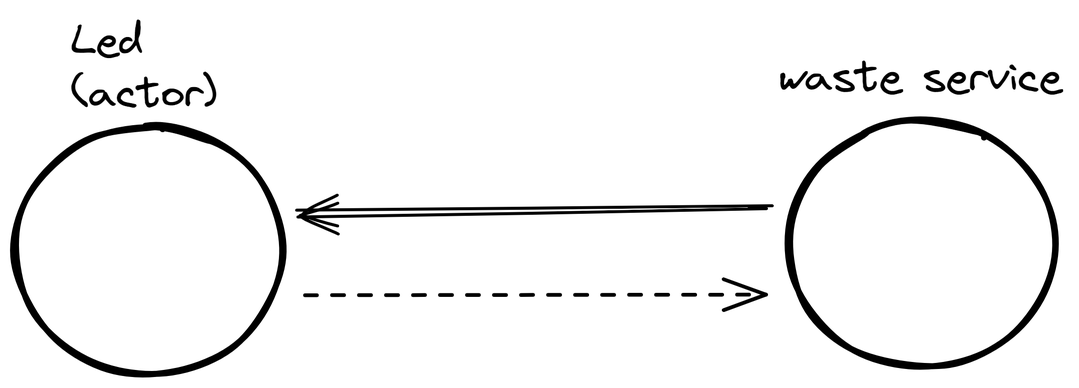
The Excalidraw diagram images/Led.png in GrikFreak/issTemaFinale22, before a commit. Source tidied: one line per element, renumbered; positions are measured from the earlier drawing's top-left corner, leaving out a move shared by most shapes. The source it was exported from:
```json
{"id": 0, "type": "ellipse", "strokeColor": "#000000", "strokeWidth": 4, "roughness": 1, "x": 0, "y": 74, "width": 178, "height": 164}
{"id": 1, "type": "ellipse", "strokeColor": "#000000", "strokeWidth": 4, "roughness": 1, "x": 516, "y": 70, "width": 178, "height": 164}
{"id": 2, "type": "text", "text": "Led\n(actor)", "strokeColor": "#000000", "backgroundColor": "#669df6", "fillStyle": "hachure", "strokeWidth": 4, "roughness": 1, "fontSize": 28, "fontFamily": 1, "x": 37, "y": 0, "width": 98, "height": 70}
{"id": 3, "type": "text", "text": "waste service", "strokeColor": "#000000", "strokeWidth": 4, "roughness": 1, "fontSize": 28, "fontFamily": 1, "x": 509, "y": 24, "width": 190, "height": 35}
{"id": 4, "type": "arrow", "strokeColor": "#000000", "angle": 3.13, "strokeWidth": 2, "roughness": 2, "endArrowhead": "arrow", "from": 1, "to": 0, "x": 190, "y": 132, "width": 312, "height": 0, "points": [[0, 0], [312, 0]]}
{"id": 5, "type": "arrow", "strokeColor": "#000000", "angle": 3.15, "strokeWidth": 2, "strokeStyle": "dashed", "roughness": 0, "endArrowhead": "arrow", "from": 0, "to": 1, "x": 501, "y": 185, "width": 307, "height": 3, "points": [[0, 0], [-307, 3]]}
```
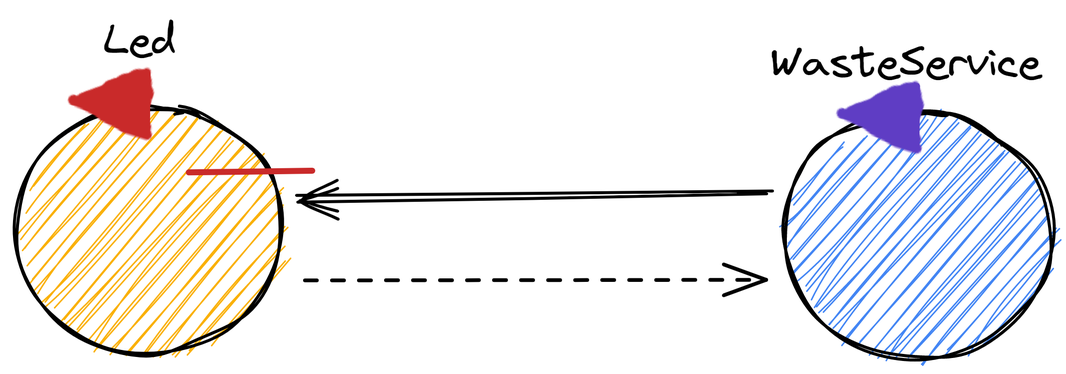
The same file after the commit.

The edit, as a diff of the source:
```diff
@@ -1,6 +1,69 @@
-{"id": 0, "type": "ellipse", "strokeColor": "#000000", "strokeWidth": 4, "roughness": 1, "x": 0, "y": 74, "width": 178, "height": 164}
-{"id": 1, "type": "ellipse", "strokeColor": "#000000", "strokeWidth": 4, "roughness": 1, "x": 516, "y": 70, "width": 178, "height": 164}
-{"id": 2, "type": "text", "text": "Led\n(actor)", "strokeColor": "#000000", "backgroundColor": "#669df6", "fillStyle": "hachure", "strokeWidth": 4, "roughness": 1, "fontSize": 28, "fontFamily": 1, "x": 37, "y": 0, "width": 98, "height": 70}
+{"id": 2, "type": "text", "text": "Led", "strokeColor": "#000000", "backgroundColor": "#669df6", "fillStyle": "hachure", "strokeWidth": 4, "roughness": 1, "fontSize": 28, "fontFamily": 1, "x": 59, "y": 10, "width": 49, "height": 35}
-{"id": 3, "type": "text", "text": "waste service", "strokeColor": "#000000", "strokeWidth": 4, "roughness": 1, "fontSize": 28, "fontFamily": 1, "x": 509, "y": 24, "width": 190, "height": 35}
-{"id": 4, "type": "arrow", "strokeColor": "#000000", "angle": 3.13, "strokeWidth": 2, "roughness": 2, "endArrowhead": "arrow", "from": 1, "to": 0, "x": 190, "y": 132, "width": 312, "height": 0, "points": [[0, 0], [312, 0]]}
+{"id": 4, "type": "arrow", "strokeColor": "#000000", "angle": 3.13, "strokeWidth": 2, "roughness": 2, "endArrowhead": "arrow", "from": 39, "to": 6, "x": 190, "y": 132, "width": 312, "height": 0, "points": [[0, 0], [312, 0]]}
-{"id": 5, "type": "arrow", "strokeColor": "#000000", "angle": 3.15, "strokeWidth": 2, "strokeStyle": "dashed", "roughness": 0, "endArrowhead": "arrow", "from": 0, "to": 1, "x": 501, "y": 185, "width": 307, "height": 3, "points": [[0, 0], [-307, 3]]}
+{"id": 5, "type": "arrow", "strokeColor": "#000000", "angle": 3.15, "strokeWidth": 2, "strokeStyle": "dashed", "roughness": 0, "endArrowhead": "arrow", "from": 6, "to": 39, "x": 501, "y": 185, "width": 307, "height": 3, "points": [[0, 0], [-307, 3]]}
+{"id": 6, "type": "ellipse", "strokeColor": "#000000", "backgroundColor": "#fab005", "fillStyle": "hachure", "strokeWidth": 2, "roughness": 2, "x": 0, "y": 70, "width": 178, "height": 164}
+{"id": 7, "type": "freedraw", "strokeColor": "#c92a2a", "angle": 0.3, "backgroundColor": "#fab005", "fillStyle": "solid", "strokeWidth": 1, "roughness": 0, "x": 107, "y": 41, "width": 42, "height": 33, "points": [[-23, 0], [-24, 1], [-24, 1], [-25, 2], [-26, 3], [-27, 4], [-30, 6], [-31, 6], [-33, 7], [-35, 8], [-36, 10], [-39, 13], [-40, 13], [-41, 14], [-43, 16], [-45, 17], [-46, 18], [-46, 19], [-46, 20], [-47, 20], [-48, 20], [-48, 21], [-48, 21], [-48, 21], [-49, 21], [-50, 22], [-51, 23], [-51, 23], [-51, 23], [-52, 23], [-52, 24], [-53, 25], [-54, 26], [-55, 27], [-56, 28], [-58, 29], [-58, 30], [-60, 30], [-60, 30], [-61, 31], [-62, 31], [-63, 32], [-64, 32], [-65, 32], [-65, 33], [-64, 33], [-64, 33]]}
+{"id": 8, "type": "freedraw", "strokeColor": "#c92a2a", "angle": 0.3, "backgroundColor": "#fab005", "fillStyle": "solid", "strokeWidth": 1, "roughness": 0, "x": 37, "y": 76, "width": 54, "height": 7, "points": [[0, 0], [1, 0], [4, 1], [6, 1], [8, 1], [11, 1], [13, 1], [15, 1], [16, 2], [18, 2], [20, 3], [21, 4], [23, 4], [24, 4], [26, 4], [29, 5], [33, 6], [36, 6], [39, 7], [40, 7], [43, 7], [45, 7], [47, 7], [49, 7], [50, 7], [52, 7], [53, 7], [54, 7]]}
+{"id": 9, "type": "line", "strokeColor": "#c92a2a", "angle": 0.36, "backgroundColor": "#fab005", "fillStyle": "solid", "strokeWidth": 4, "roughness": 0, "x": 81, "y": 50, "width": 14, "height": 39, "points": [[0, 0], [14, 39], [0, 0]]}
+{"id": 10, "type": "freedraw", "strokeColor": "#c92a2a", "angle": 0.3, "backgroundColor": "#fab005", "fillStyle": "solid", "strokeWidth": 4, "roughness": 0, "x": 68, "y": 65, "width": 0, "height": 0, "points": [[0, 0], [0, 0]]}
+{"id": 11, "type": "freedraw", "strokeColor": "#c92a2a", "angle": 0.3, "backgroundColor": "#fab005", "fillStyle": "solid", "strokeWidth": 4, "roughness": 0, "x": 74, "y": 73, "width": 0, "height": 0, "points": [[0, 0], [0, 0]]}
+{"id": 12, "type": "freedraw", "strokeColor": "#c92a2a", "angle": 0.3, "backgroundColor": "#fab005", "fillStyle": "solid", "strokeWidth": 4, "roughness": 0, "x": 80, "y": 65, "width": 0, "height": 0, "points": [[0, 0], [0, 0]]}
+{"id": 13, "type": "freedraw", "strokeColor": "#c92a2a", "angle": 0.3, "backgroundColor": "#fab005", "fillStyle": "solid", "strokeWidth": 4, "roughness": 0, "x": 75, "y": 58, "width": 0, "height": 0, "points": [[0, 0], [0, 0]]}
+{"id": 14, "type": "freedraw", "strokeColor": "#c92a2a", "angle": 0.3, "backgroundColor": "#fab005", "fillStyle": "solid", "strokeWidth": 4, "roughness": 0, "x": 83, "y": 55, "width": 0, "height": 0, "points": [[0, 0], [0, 0]]}
+{"id": 15, "type": "freedraw", "strokeColor": "#c92a2a", "angle": 0.3, "backgroundColor": "#fab005", "fillStyle": "solid", "strokeWidth": 4, "roughness": 0, "x": 73, "y": 66, "width": 0, "height": 0, "points": [[0, 0], [0, 0]]}
+{"id": 16, "type": "freedraw", "strokeColor": "#c92a2a", "angle": 0.3, "backgroundColor": "#fab005", "fillStyle": "solid", "strokeWidth": 4, "roughness": 0, "x": 80, "y": 63, "width": 0, "height": 0, "points": [[0, 0], [0, 0]]}
+{"id": 17, "type": "freedraw", "strokeColor": "#c92a2a", "angle": 0.3, "backgroundColor": "#fab005", "fillStyle": "solid", "strokeWidth": 4, "roughness": 0, "x": 79, "y": 63, "width": 0, "height": 0, "points": [[0, 0], [0, 0]]}
+{"id": 18, "type": "freedraw", "strokeColor": "#c92a2a", "angle": 0.3, "backgroundColor": "#fab005", "fillStyle": "solid", "strokeWidth": 2, "roughness": 0, "x": 69, "y": 72, "width": 0, "height": 0, "points": [[0, 0], [0, 0]]}
+{"id": 19, "type": "freedraw", "strokeColor": "#c92a2a", "angle": 0.3, "backgroundColor": "#fab005", "fillStyle": "solid", "strokeWidth": 2, "roughness": 0, "x": 86, "y": 83, "width": 7, "height": 18, "points": [[-2, -9], [-2, -7], [-2, -6], [-2, -7], [-3, -9], [-4, -11], [-4, -11], [-3, -9], [-2, -7], [-1, -6], [-1, -7], [-2, -11], [-4, -15], [-3, -17], [-1, -13], [0, -9], [0, -7], [0, -7], [-2, -9], [-4, -11], [-4, -13], [-4, -14], [-4, -16], [-4, -17], [-4, -18], [-4, -20], [-5, -21], [-5, -23], [-6, -23], [-7, -24]]}
+{"id": 20, "type": "freedraw", "strokeColor": "#c92a2a", "angle": 0.3, "backgroundColor": "#fab005", "fillStyle": "solid", "strokeWidth": 2, "roughness": 0, "x": 101, "y": 83, "width": 31, "height": 6, "points": [[-17, -3], [-18, -3], [-19, -3], [-19, -3], [-20, -4], [-21, -5], [-21, -5], [-22, -5], [-23, -6], [-24, -6], [-24, -6], [-25, -7], [-26, -7], [-26, -7], [-27, -7], [-29, -7], [-30, -7], [-31, -7], [-31, -7], [-32, -7], [-33, -7], [-33, -7], [-34, -7], [-35, -7], [-36, -7], [-36, -7], [-37, -7], [-38, -7], [-38, -7], [-39, -7], [-40, -7], [-40, -7], [-40, -7], [-41, -7], [-42, -7], [-43, -7], [-44, -8], [-45, -8], [-46, -8], [-47, -8], [-48, -8], [-48, -8], [-48, -9], [-48, -9]]}
+{"id": 21, "type": "freedraw", "strokeColor": "#c92a2a", "angle": 0.3, "backgroundColor": "#fab005", "fillStyle": "solid", "strokeWidth": 2, "roughness": 0, "x": 87, "y": 85, "width": 0, "height": 0, "points": [[0, 0], [0, 0]]}
+{"id": 22, "type": "freedraw", "strokeColor": "#c92a2a", "angle": 0.3, "backgroundColor": "#fab005", "fillStyle": "solid", "strokeWidth": 2, "roughness": 0, "x": 83, "y": 81, "width": 0, "height": 0, "points": [[0, 0], [0, 0]]}
+{"id": 23, "type": "freedraw", "strokeColor": "#c92a2a", "angle": 0.3, "backgroundColor": "#fab005", "fillStyle": "solid", "strokeWidth": 2, "roughness": 0, "x": 85, "y": 80, "width": 0, "height": 0, "points": [[0, 0], [0, 0]]}
+{"id": 24, "type": "freedraw", "strokeColor": "#c92a2a", "angle": 0.3, "backgroundColor": "#fab005", "fillStyle": "solid", "strokeWidth": 2, "roughness": 0, "x": 83, "y": 87, "width": 0, "height": 0, "points": [[0, 0], [0, 0]]}
+{"id": 25, "type": "freedraw", "strokeColor": "#c92a2a", "angle": 0.3, "backgroundColor": "#fab005", "fillStyle": "solid", "strokeWidth": 2, "roughness": 0, "x": 80, "y": 84, "width": 0, "height": 0, "points": [[0, 0], [0, 0]]}
+{"id": 26, "type": "freedraw", "strokeColor": "#c92a2a", "angle": 0.3, "backgroundColor": "#fab005", "fillStyle": "solid", "strokeWidth": 2, "roughness": 0, "x": 73, "y": 79, "width": 0, "height": 0, "points": [[0, 0], [0, 0]]}
+{"id": 27, "type": "freedraw", "strokeColor": "#c92a2a", "angle": 0.3, "backgroundColor": "#fab005", "fillStyle": "solid", "strokeWidth": 2, "roughness": 0, "x": 74, "y": 84, "width": 0, "height": 0, "points": [[0, 0], [0, 0]]}
+{"id": 28, "type": "freedraw", "strokeColor": "#c92a2a", "angle": 0.3, "backgroundColor": "#fab005", "fillStyle": "solid", "strokeWidth": 2, "roughness": 0, "x": 71, "y": 80, "width": 0, "height": 0, "points": [[0, 0], [0, 0]]}
+{"id": 29, "type": "freedraw", "strokeColor": "#c92a2a", "angle": 0.3, "backgroundColor": "#fab005", "fillStyle": "solid", "strokeWidth": 2, "roughness": 0, "x": 61, "y": 66, "width": 0, "height": 0, "points": [[0, 0], [0, 0]]}
+{"id": 30, "type": "freedraw", "strokeColor": "#c92a2a", "angle": 0.3, "backgroundColor": "#fab005", "fillStyle": "solid", "strokeWidth": 2, "roughness": 0, "x": 61, "y": 66, "width": 0, "height": 0, "points": [[0, 0], [0, 0]]}
+{"id": 31, "type": "freedraw", "strokeColor": "#c92a2a", "angle": 0.3, "backgroundColor": "#fab005", "fillStyle": "solid", "strokeWidth": 2, "roughness": 0, "x": 62, "y": 64, "width": 0, "height": 0, "points": [[0, 0], [0, 0]]}
+{"id": 32, "type": "freedraw", "strokeColor": "#c92a2a", "angle": 0.3, "backgroundColor": "#fab005", "fillStyle": "solid", "strokeWidth": 2, "roughness": 0, "x": 62, "y": 64, "width": 0, "height": 0, "points": [[0, 0], [0, 0]]}
+{"id": 33, "type": "freedraw", "strokeColor": "#c92a2a", "angle": 0.3, "backgroundColor": "#fab005", "fillStyle": "solid", "strokeWidth": 2, "roughness": 0, "x": 57, "y": 65, "width": 0, "height": 0, "points": [[0, 0], [0, 0]]}
+{"id": 34, "type": "freedraw", "strokeColor": "#c92a2a", "angle": 0.3, "backgroundColor": "#fab005", "fillStyle": "solid", "strokeWidth": 2, "roughness": 0, "x": 50, "y": 67, "width": 0, "height": 0, "points": [[0, 0], [0, 0]]}
+{"id": 35, "type": "freedraw", "strokeColor": "#c92a2a", "angle": 0.3, "backgroundColor": "#fab005", "fillStyle": "solid", "strokeWidth": 2, "roughness": 0, "x": 47, "y": 67, "width": 0, "height": 0, "points": [[0, 0], [0, 0]]}
+{"id": 36, "type": "freedraw", "strokeColor": "#c92a2a", "angle": 0.3, "backgroundColor": "#fab005", "fillStyle": "solid", "strokeWidth": 2, "roughness": 0, "x": 64, "y": 58, "width": 0, "height": 0, "points": [[0, 0], [0, 0]]}
+{"id": 37, "type": "freedraw", "strokeColor": "#c92a2a", "angle": 0.3, "backgroundColor": "#fab005", "fillStyle": "solid", "strokeWidth": 2, "roughness": 0, "x": 73, "y": 58, "width": 34, "height": 18, "points": [[-8, 0], [-8, 0], [-11, 5], [-13, 7], [-14, 8], [-16, 10], [-18, 12], [-19, 13], [-21, 14], [-19, 14], [-13, 12], [-11, 10], [-8, 10], [-5, 10], [-1, 9], [3, 9], [6, 9], [7, 12], [9, 13], [10, 16], [6, 17], [4, 17], [1, 17], [6, 14], [10, 8], [11, 3], [12, 0]]}
+{"id": 38, "type": "line", "strokeColor": "#c92a2a", "backgroundColor": "#fab005", "fillStyle": "solid", "strokeWidth": 4, "roughness": 0, "x": 116, "y": 115, "width": 82, "height": 1, "points": [[0, 0], [82, -1]]}
+{"id": 39, "type": "ellipse", "strokeColor": "#000000", "backgroundColor": "#4285f4", "fillStyle": "hachure", "strokeWidth": 2, "roughness": 2, "x": 512, "y": 74, "width": 178, "height": 164}
+{"id": 40, "type": "text", "text": "WasteService", "strokeColor": "#000000", "strokeWidth": 4, "roughness": 1, "fontSize": 28, "fontFamily": 1, "x": 504, "y": 24, "width": 181, "height": 35}
+{"id": 41, "type": "freedraw", "strokeColor": "#5f3dc4", "angle": 0.3, "strokeWidth": 1, "roughness": 0, "x": 620, "y": 50, "width": 42, "height": 33, "points": [[-23, 0], [-24, 1], [-24, 1], [-25, 2], [-26, 3], [-27, 4], [-30, 6], [-31, 6], [-33, 7], [-35, 8], [-36, 10], [-39, 13], [-40, 13], [-41, 14], [-43, 16], [-45, 17], [-46, 18], [-46, 19], [-46, 20], [-47, 20], [-48, 20], [-48, 21], [-48, 21], [-48, 21], [-49, 21], [-50, 22], [-51, 23], [-51, 23], [-51, 23], [-52, 23], [-52, 24], [-53, 25], [-54, 26], [-55, 27], [-56, 28], [-58, 29], [-58, 30], [-60, 30], [-60, 30], [-61, 31], [-62, 31], [-63, 32], [-64, 32], [-65, 32], [-65, 33], [-64, 33], [-64, 33]]}
+{"id": 42, "type": "freedraw", "strokeColor": "#5f3dc4", "angle": 0.3, "strokeWidth": 1, "roughness": 0, "x": 550, "y": 84, "width": 54, "height": 7, "points": [[0, 0], [1, 0], [4, 1], [6, 1], [8, 1], [11, 1], [13, 1], [15, 1], [16, 2], [18, 2], [20, 3], [21, 4], [23, 4], [24, 4], [26, 4], [29, 5], [33, 6], [36, 6], [39, 7], [40, 7], [43, 7], [45, 7], [47, 7], [49, 7], [50, 7], [52, 7], [53, 7], [54, 7]]}
+{"id": 43, "type": "line", "strokeColor": "#5f3dc4", "angle": 0.36, "strokeWidth": 4, "roughness": 0, "x": 594, "y": 58, "width": 14, "height": 39, "points": [[0, 0], [14, 39], [0, 0]]}
+{"id": 44, "type": "freedraw", "strokeColor": "#5f3dc4", "angle": 0.3, "strokeWidth": 4, "roughness": 0, "x": 581, "y": 73, "width": 0, "height": 0, "points": [[0, 0], [0, 0]]}
+{"id": 45, "type": "freedraw", "strokeColor": "#5f3dc4", "angle": 0.3, "strokeWidth": 4, "roughness": 0, "x": 587, "y": 81, "width": 0, "height": 0, "points": [[0, 0], [0, 0]]}
+{"id": 46, "type": "freedraw", "strokeColor": "#5f3dc4", "angle": 0.3, "strokeWidth": 4, "roughness": 0, "x": 593, "y": 73, "width": 0, "height": 0, "points": [[0, 0], [0, 0]]}
+{"id": 47, "type": "freedraw", "strokeColor": "#5f3dc4", "angle": 0.3, "strokeWidth": 4, "roughness": 0, "x": 587, "y": 67, "width": 0, "height": 0, "points": [[0, 0], [0, 0]]}
+{"id": 48, "type": "freedraw", "strokeColor": "#5f3dc4", "angle": 0.3, "strokeWidth": 4, "roughness": 0, "x": 596, "y": 64, "width": 0, "height": 0, "points": [[0, 0], [0, 0]]}
+{"id": 49, "type": "freedraw", "strokeColor": "#5f3dc4", "angle": 0.3, "strokeWidth": 4, "roughness": 0, "x": 586, "y": 74, "width": 0, "height": 0, "points": [[0, 0], [0, 0]]}
+{"id": 50, "type": "freedraw", "strokeColor": "#5f3dc4", "angle": 0.3, "strokeWidth": 4, "roughness": 0, "x": 592, "y": 72, "width": 0, "height": 0, "points": [[0, 0], [0, 0]]}
+{"id": 51, "type": "freedraw", "strokeColor": "#5f3dc4", "angle": 0.3, "strokeWidth": 4, "roughness": 0, "x": 592, "y": 72, "width": 0, "height": 0, "points": [[0, 0], [0, 0]]}
+{"id": 52, "type": "freedraw", "strokeColor": "#5f3dc4", "angle": 0.3, "strokeWidth": 2, "roughness": 0, "x": 582, "y": 80, "width": 0, "height": 0, "points": [[0, 0], [0, 0]]}
+{"id": 53, "type": "freedraw", "strokeColor": "#5f3dc4", "angle": 0.3, "strokeWidth": 2, "roughness": 0, "x": 599, "y": 91, "width": 7, "height": 18, "points": [[-2, -9], [-2, -7], [-2, -6], [-2, -7], [-3, -9], [-4, -11], [-4, -11], [-3, -9], [-2, -7], [-1, -6], [-1, -7], [-2, -11], [-4, -15], [-3, -17], [-1, -13], [0, -9], [0, -7], [0, -7], [-2, -9], [-4, -11], [-4, -13], [-4, -14], [-4, -16], [-4, -17], [-4, -18], [-4, -20], [-5, -21], [-5, -23], [-6, -23], [-7, -24]]}
+{"id": 54, "type": "freedraw", "strokeColor": "#5f3dc4", "angle": 0.3, "strokeWidth": 2, "roughness": 0, "x": 614, "y": 91, "width": 31, "height": 6, "points": [[-17, -3], [-18, -3], [-19, -3], [-19, -3], [-20, -4], [-21, -5], [-21, -5], [-22, -5], [-23, -6], [-24, -6], [-24, -6], [-25, -7], [-26, -7], [-26, -7], [-27, -7], [-29, -7], [-30, -7], [-31, -7], [-31, -7], [-32, -7], [-33, -7], [-33, -7], [-34, -7], [-35, -7], [-36, -7], [-36, -7], [-37, -7], [-38, -7], [-38, -7], [-39, -7], [-40, -7], [-40, -7], [-40, -7], [-41, -7], [-42, -7], [-43, -7], [-44, -8], [-45, -8], [-46, -8], [-47, -8], [-48, -8], [-48, -8], [-48, -9], [-48, -9]]}
+{"id": 55, "type": "freedraw", "strokeColor": "#5f3dc4", "angle": 0.3, "strokeWidth": 2, "roughness": 0, "x": 600, "y": 93, "width": 0, "height": 0, "points": [[0, 0], [0, 0]]}
+{"id": 56, "type": "freedraw", "strokeColor": "#5f3dc4", "angle": 0.3, "strokeWidth": 2, "roughness": 0, "x": 596, "y": 90, "width": 0, "height": 0, "points": [[0, 0], [0, 0]]}
+{"id": 57, "type": "freedraw", "strokeColor": "#5f3dc4", "angle": 0.3, "strokeWidth": 2, "roughness": 0, "x": 598, "y": 89, "width": 0, "height": 0, "points": [[0, 0], [0, 0]]}
+{"id": 58, "type": "freedraw", "strokeColor": "#5f3dc4", "angle": 0.3, "strokeWidth": 2, "roughness": 0, "x": 596, "y": 95, "width": 0, "height": 0, "points": [[0, 0], [0, 0]]}
+{"id": 59, "type": "freedraw", "strokeColor": "#5f3dc4", "angle": 0.3, "strokeWidth": 2, "roughness": 0, "x": 593, "y": 93, "width": 0, "height": 0, "points": [[0, 0], [0, 0]]}
+{"id": 60, "type": "freedraw", "strokeColor": "#5f3dc4", "angle": 0.3, "strokeWidth": 2, "roughness": 0, "x": 586, "y": 88, "width": 0, "height": 0, "points": [[0, 0], [0, 0]]}
+{"id": 61, "type": "freedraw", "strokeColor": "#5f3dc4", "angle": 0.3, "strokeWidth": 2, "roughness": 0, "x": 587, "y": 92, "width": 0, "height": 0, "points": [[0, 0], [0, 0]]}
+{"id": 62, "type": "freedraw", "strokeColor": "#5f3dc4", "angle": 0.3, "strokeWidth": 2, "roughness": 0, "x": 584, "y": 88, "width": 0, "height": 0, "points": [[0, 0], [0, 0]]}
+{"id": 63, "type": "freedraw", "strokeColor": "#5f3dc4", "angle": 0.3, "strokeWidth": 2, "roughness": 0, "x": 574, "y": 75, "width": 0, "height": 0, "points": [[0, 0], [0, 0]]}
+{"id": 64, "type": "freedraw", "strokeColor": "#5f3dc4", "angle": 0.3, "strokeWidth": 2, "roughness": 0, "x": 574, "y": 75, "width": 0, "height": 0, "points": [[0, 0], [0, 0]]}
+{"id": 65, "type": "freedraw", "strokeColor": "#5f3dc4", "angle": 0.3, "strokeWidth": 2, "roughness": 0, "x": 575, "y": 72, "width": 0, "height": 0, "points": [[0, 0], [0, 0]]}
+{"id": 66, "type": "freedraw", "strokeColor": "#5f3dc4", "angle": 0.3, "strokeWidth": 2, "roughness": 0, "x": 575, "y": 72, "width": 0, "height": 0, "points": [[0, 0], [0, 0]]}
+{"id": 67, "type": "freedraw", "strokeColor": "#5f3dc4", "angle": 0.3, "strokeWidth": 2, "roughness": 0, "x": 570, "y": 74, "width": 0, "height": 0, "points": [[0, 0], [0, 0]]}
+{"id": 68, "type": "freedraw", "strokeColor": "#5f3dc4", "angle": 0.3, "strokeWidth": 2, "roughness": 0, "x": 563, "y": 75, "width": 0, "height": 0, "points": [[0, 0], [0, 0]]}
+{"id": 69, "type": "freedraw", "strokeColor": "#5f3dc4", "angle": 0.3, "strokeWidth": 2, "roughness": 0, "x": 559, "y": 76, "width": 0, "height": 0, "points": [[0, 0], [0, 0]]}
+{"id": 70, "type": "freedraw", "strokeColor": "#5f3dc4", "angle": 0.3, "strokeWidth": 2, "roughness": 0, "x": 577, "y": 67, "width": 0, "height": 0, "points": [[0, 0], [0, 0]]}
+{"id": 71, "type": "freedraw", "strokeColor": "#5f3dc4", "angle": 0.3, "strokeWidth": 2, "roughness": 0, "x": 585, "y": 67, "width": 34, "height": 18, "points": [[-8, 0], [-8, 0], [-11, 5], [-13, 7], [-14, 8], [-16, 10], [-18, 12], [-19, 13], [-21, 14], [-19, 14], [-13, 12], [-11, 10], [-8, 10], [-5, 10], [-1, 9], [3, 9], [6, 9], [7, 12], [9, 13], [10, 16], [6, 17], [4, 17], [1, 17], [6, 14], [10, 8], [11, 3], [12, 0]]}
```
